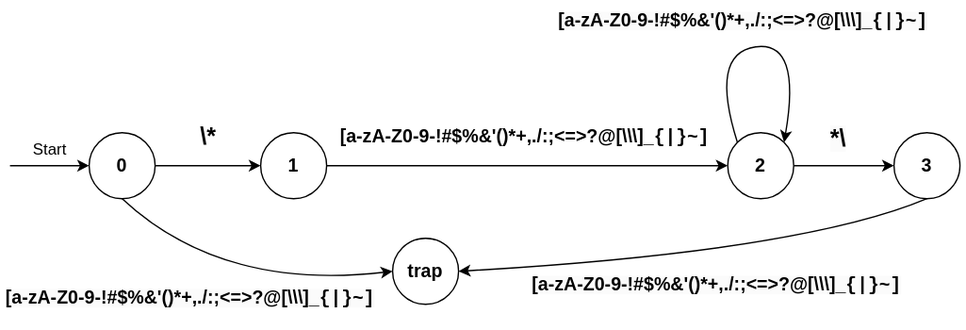
Above: docs/DFA/comment-dfa.svg in Dimitry-bit/tiny-compiler (draw.io), before the change. Source tidied: cells renumbered, new cells last; positions are measured from the earlier drawing's top-left corner, leaving out a move shared by most shapes.
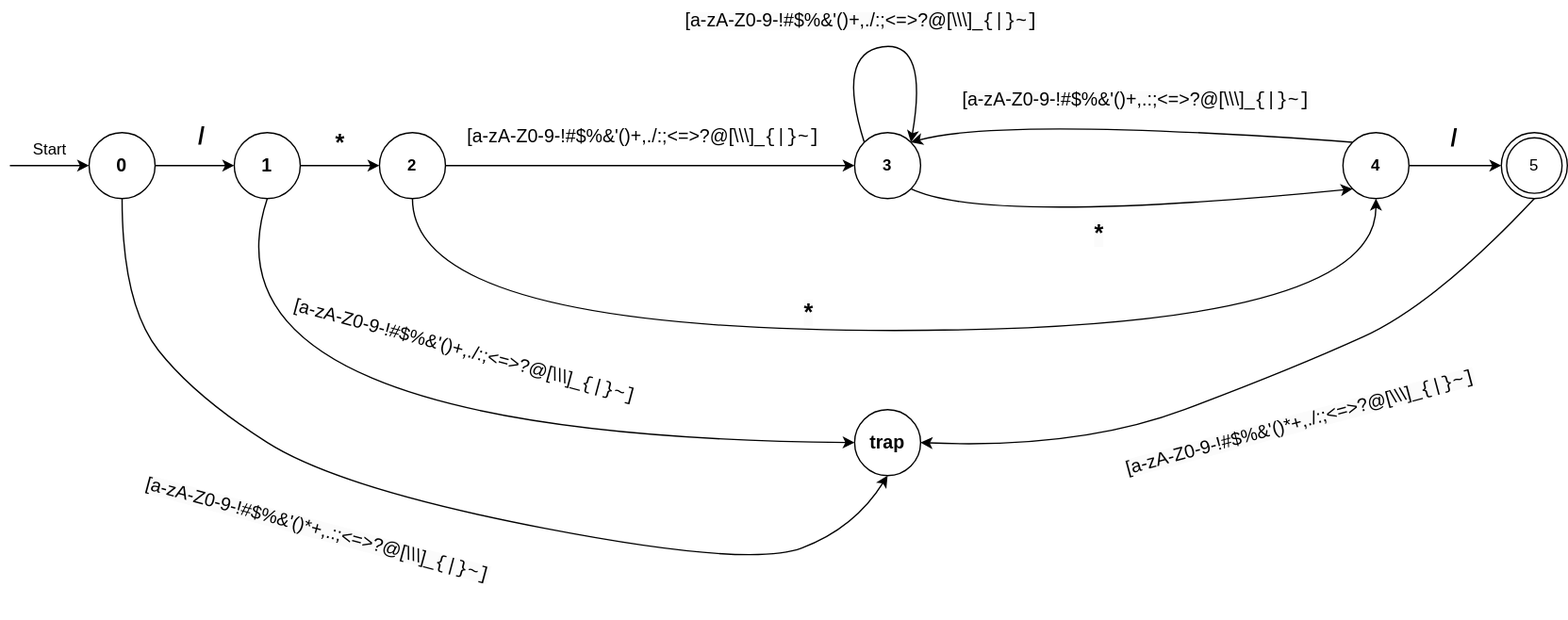
After the change.

Commit message:
this is fine

Diff of the diagram source:
```diff
@@ -2,9 +2,9 @@
   <root>
     <mxCell id="0" />
     <mxCell id="1" parent="0" />
-    <mxCell id="2" style="edgeStyle=orthogonalEdgeStyle;rounded=0;jettySize=auto;html=1;exitX=1;exitY=0.5;exitDx=0;exitDy=0;entryX=0;entryY=0.5;entryDx=0;entryDy=0;" parent="1" edge="1" source="3" target="6">
-      <mxGeometry relative="1" as="geometry" />
-    </mxCell>
+    <mxCell id="21" style="edgeStyle=orthogonalEdgeStyle;rounded=0;jettySize=auto;html=1;exitX=1;exitY=0.5;exitDx=0;exitDy=0;entryX=0;entryY=0.5;entryDx=0;entryDy=0;" parent="1" edge="1" source="3" target="27">
+      <mxGeometry relative="1" as="geometry" />
+    </mxCell>
     <mxCell id="3" value="&lt;b&gt;&lt;font style=&quot;font-size: 14px;&quot;&gt;0&lt;/font&gt;&lt;/b&gt;" style="ellipse;whiteSpace=wrap;html=1;" parent="1" vertex="1">
       <mxGeometry x="65" y="100" width="50" height="50" as="geometry" />
     </mxCell>
@@ -16,63 +16,122 @@
     <mxCell id="5" style="edgeStyle=orthogonalEdgeStyle;rounded=0;jettySize=auto;html=1;exitX=1;exitY=0.5;exitDx=0;exitDy=0;entryX=0;entryY=0.5;entryDx=0;entryDy=0;" parent="1" edge="1" source="6" target="10">
       <mxGeometry relative="1" as="geometry" />
     </mxCell>
+    <mxCell id="22" style="edgeStyle=orthogonalEdgeStyle;rounded=0;jettySize=auto;html=1;exitX=0.5;exitY=1;exitDx=0;exitDy=0;entryX=0.5;entryY=1;entryDx=0;entryDy=0;curved=1;" parent="1" edge="1" source="6" target="15">
+      <mxGeometry relative="1" as="geometry">
+        <Array as="points">
+          <mxPoint x="310" y="250" />
+          <mxPoint x="1040" y="250" />
+        </Array>
+      </mxGeometry>
+    </mxCell>
-    <mxCell id="6" value="&lt;b&gt;&lt;font style=&quot;font-size: 14px;&quot;&gt;1&lt;/font&gt;&lt;/b&gt;" style="ellipse;whiteSpace=wrap;html=1;" parent="1" vertex="1">
-      <mxGeometry x="195" y="100" width="50" height="50" as="geometry" />
+    <mxCell id="6" value="&lt;b&gt;2&lt;/b&gt;" style="ellipse;whiteSpace=wrap;html=1;" parent="1" vertex="1">
+      <mxGeometry x="285" y="100" width="50" height="50" as="geometry" />
     </mxCell>
-    <mxCell id="7" value="&lt;font style=&quot;font-size: 18px;&quot;&gt;&lt;b&gt;\*&lt;/b&gt;&lt;/font&gt;" style="text;html=1;align=center;verticalAlign=middle;strokeColor=none;fillColor=none;" parent="1" vertex="1">
-      <mxGeometry x="135" y="83" width="40" height="40" as="geometry" />
+    <mxCell id="7" value="&lt;b style=&quot;font-size: 18px;&quot;&gt;/&lt;/b&gt;" style="text;html=1;align=center;verticalAlign=middle;strokeColor=none;fillColor=none;" parent="1" vertex="1">
+      <mxGeometry x="135" y="83" width="30" height="40" as="geometry" />
     </mxCell>
     <mxCell id="8" value="Start" style="text;html=1;align=center;verticalAlign=middle;strokeColor=none;fillColor=none;" parent="1" vertex="1">
       <mxGeometry x="10" y="98" width="50" height="30" as="geometry" />
     </mxCell>
-    <mxCell id="9" style="edgeStyle=orthogonalEdgeStyle;rounded=0;jettySize=auto;html=1;exitX=1;exitY=0.5;exitDx=0;exitDy=0;" parent="1" edge="1" source="10" target="15">
-      <mxGeometry relative="1" as="geometry" />
-    </mxCell>
-    <mxCell id="10" value="&lt;b&gt;&lt;font style=&quot;font-size: 14px;&quot;&gt;2&lt;/font&gt;&lt;/b&gt;" style="ellipse;whiteSpace=wrap;html=1;" parent="1" vertex="1">
-      <mxGeometry x="549" y="100" width="50" height="50" as="geometry" />
+    <mxCell id="10" value="&lt;b&gt;3&lt;/b&gt;" style="ellipse;whiteSpace=wrap;html=1;" parent="1" vertex="1">
+      <mxGeometry x="645" y="100" width="50" height="50" as="geometry" />
     </mxCell>
-    <mxCell id="11" value="&lt;b&gt;&lt;font style=&quot;font-size: 14px;&quot;&gt;[a-zA-Z0-9-!#$%&amp;amp;'()*+,./:;&amp;lt;=&amp;gt;?@[\\\]_&lt;code&gt;{|}~]&lt;/code&gt;&lt;/font&gt;&lt;/b&gt;" style="text;html=1;align=center;verticalAlign=middle;strokeColor=none;fillColor=none;" parent="1" vertex="1">
-      <mxGeometry x="245" y="88" width="300" height="30" as="geometry" />
+    <mxCell id="11" value="&lt;font style=&quot;font-size: 14px;&quot;&gt;[a-zA-Z0-9-!#$%&amp;amp;'()+,./:;&amp;lt;=&amp;gt;?@[\\\]_&lt;code&gt;{|}~]&lt;/code&gt;&lt;/font&gt;" style="text;html=1;align=center;verticalAlign=middle;strokeColor=none;fillColor=none;" parent="1" vertex="1">
+      <mxGeometry x="340" y="88" width="290" height="30" as="geometry" />
     </mxCell>
     <mxCell id="12" value="&lt;b&gt;&lt;font style=&quot;font-size: 14px;&quot;&gt;trap&lt;/font&gt;&lt;/b&gt;" style="ellipse;whiteSpace=wrap;html=1;" parent="1" vertex="1">
-      <mxGeometry x="295" y="180" width="50" height="50" as="geometry" />
+      <mxGeometry x="645" y="310" width="50" height="50" as="geometry" />
     </mxCell>
-    <mxCell id="13" style="curved=1;endArrow=classic;html=1;rounded=0;entryX=0;entryY=0.5;entryDx=0;entryDy=0;exitX=0.5;exitY=1;exitDx=0;exitDy=0;" parent="1" edge="1" source="3" target="12">
+    <mxCell id="13" style="curved=1;endArrow=classic;html=1;rounded=0;entryX=0;entryY=0.5;entryDx=0;entryDy=0;exitX=0.5;exitY=1;exitDx=0;exitDy=0;" parent="1" edge="1" source="27" target="12">
       <mxGeometry relative="1" as="geometry">
         <Array as="points">
-          <mxPoint x="165" y="220" />
+          <mxPoint x="140" y="330" />
         </Array>
       </mxGeometry>
     </mxCell>
-    <mxCell id="14" value="&lt;b style=&quot;forced-color-adjust: none; color: rgb(0, 0, 0); font-family: Helvetica; font-size: 12px; font-style: normal; font-variant-ligatures: normal; font-variant-caps: normal; letter-spacing: normal; orphans: 2; text-align: center; text-indent: 0px; text-transform: none; widows: 2; word-spacing: 0px; -webkit-text-stroke-width: 0px; white-space: nowrap; background-color: rgb(251, 251, 251); text-decoration-thickness: initial; text-decoration-style: initial; text-decoration-color: initial;&quot;&gt;&lt;font style=&quot;forced-color-adjust: none; font-size: 14px;&quot;&gt;[a-zA-Z0-9-!#$%&amp;amp;'()*+,./:;&amp;lt;=&amp;gt;?@[\\\]_&lt;code style=&quot;forced-color-adjust: none;&quot;&gt;{|}~]&lt;/code&gt;&lt;/font&gt;&lt;/b&gt;" style="text;whiteSpace=wrap;html=1;" parent="1" vertex="1">
-      <mxGeometry y="210" width="310" height="40" as="geometry" />
+    <mxCell id="14" value="&lt;span style=&quot;forced-color-adjust: none; color: rgb(0, 0, 0); font-family: Helvetica; font-size: 12px; font-style: normal; font-variant-ligatures: normal; font-variant-caps: normal; letter-spacing: normal; orphans: 2; text-align: center; text-indent: 0px; text-transform: none; widows: 2; word-spacing: 0px; -webkit-text-stroke-width: 0px; white-space: nowrap; background-color: rgb(251, 251, 251); text-decoration-thickness: initial; text-decoration-style: initial; text-decoration-color: initial;&quot;&gt;&lt;font style=&quot;forced-color-adjust: none; font-size: 14px;&quot;&gt;[a-zA-Z0-9-!#$%&amp;amp;'()*+,.:;&amp;lt;=&amp;gt;?@[\\\]_&lt;code style=&quot;forced-color-adjust: none;&quot;&gt;{|}~]&lt;/code&gt;&lt;/font&gt;&lt;/span&gt;" style="text;whiteSpace=wrap;html=1;rotation=15;" parent="1" vertex="1">
+      <mxGeometry x="100" y="390" width="310" height="40" as="geometry" />
     </mxCell>
+    <mxCell id="23" style="edgeStyle=orthogonalEdgeStyle;rounded=0;jettySize=auto;html=1;exitX=1;exitY=0.5;exitDx=0;exitDy=0;" parent="1" edge="1" source="15" target="24">
+      <mxGeometry relative="1" as="geometry" />
+    </mxCell>
-    <mxCell id="15" value="&lt;b&gt;&lt;font style=&quot;font-size: 14px;&quot;&gt;3&lt;/font&gt;&lt;/b&gt;" style="ellipse;whiteSpace=wrap;html=1;" parent="1" vertex="1">
-      <mxGeometry x="675" y="100" width="50" height="50" as="geometry" />
+    <mxCell id="15" value="&lt;b&gt;4&lt;/b&gt;" style="ellipse;whiteSpace=wrap;html=1;" parent="1" vertex="1">
+      <mxGeometry x="1015" y="100" width="50" height="50" as="geometry" />
     </mxCell>
-    <mxCell id="16" value="&lt;b style=&quot;forced-color-adjust: none; color: rgb(0, 0, 0); font-family: Helvetica; font-size: 18px; font-style: normal; font-variant-ligatures: normal; font-variant-caps: normal; letter-spacing: normal; orphans: 2; text-align: center; text-indent: 0px; text-transform: none; widows: 2; word-spacing: 0px; -webkit-text-stroke-width: 0px; white-space: nowrap; background-color: rgb(251, 251, 251); text-decoration-thickness: initial; text-decoration-style: initial; text-decoration-color: initial;&quot;&gt;*\&lt;/b&gt;" style="text;whiteSpace=wrap;html=1;" parent="1" vertex="1">
-      <mxGeometry x="625" y="88" width="50" height="50" as="geometry" />
-    </mxCell>
     <mxCell id="17" style="curved=1;endArrow=classic;html=1;rounded=0;entryX=1;entryY=0;entryDx=0;entryDy=0;exitX=0;exitY=0;exitDx=0;exitDy=0;" parent="1" edge="1" source="10" target="10">
       <mxGeometry relative="1" as="geometry">
         <Array as="points">
-          <mxPoint x="535" y="40" />
-          <mxPoint x="605" y="30" />
+          <mxPoint x="631" y="40" />
+          <mxPoint x="701" y="30" />
         </Array>
       </mxGeometry>
     </mxCell>
-    <mxCell id="18" value="&lt;b style=&quot;forced-color-adjust: none; color: rgb(0, 0, 0); font-family: Helvetica; font-size: 12px; font-style: normal; font-variant-ligatures: normal; font-variant-caps: normal; letter-spacing: normal; orphans: 2; text-align: center; text-indent: 0px; text-transform: none; widows: 2; word-spacing: 0px; -webkit-text-stroke-width: 0px; white-space: nowrap; background-color: rgb(251, 251, 251); text-decoration-thickness: initial; text-decoration-style: initial; text-decoration-color: initial;&quot;&gt;&lt;font style=&quot;forced-color-adjust: none; font-size: 14px;&quot;&gt;[a-zA-Z0-9-!#$%&amp;amp;'()*+,./:;&amp;lt;=&amp;gt;?@[\\\]_&lt;code style=&quot;forced-color-adjust: none;&quot;&gt;{|}~]&lt;/code&gt;&lt;/font&gt;&lt;/b&gt;" style="text;whiteSpace=wrap;html=1;" parent="1" vertex="1">
-      <mxGeometry x="419" width="310" height="40" as="geometry" />
+    <mxCell id="18" value="&lt;span style=&quot;forced-color-adjust: none; color: rgb(0, 0, 0); font-family: Helvetica; font-size: 12px; font-style: normal; font-variant-ligatures: normal; font-variant-caps: normal; letter-spacing: normal; orphans: 2; text-align: center; text-indent: 0px; text-transform: none; widows: 2; word-spacing: 0px; -webkit-text-stroke-width: 0px; white-space: nowrap; background-color: rgb(251, 251, 251); text-decoration-thickness: initial; text-decoration-style: initial; text-decoration-color: initial;&quot;&gt;&lt;font style=&quot;forced-color-adjust: none; font-size: 14px;&quot;&gt;[a-zA-Z0-9-!#$%&amp;amp;'()+,./:;&amp;lt;=&amp;gt;?@[\\\]_&lt;code style=&quot;forced-color-adjust: none;&quot;&gt;{|}~]&lt;/code&gt;&lt;/font&gt;&lt;/span&gt;" style="text;whiteSpace=wrap;html=1;" parent="1" vertex="1">
+      <mxGeometry x="515" width="310" height="40" as="geometry" />
     </mxCell>
-    <mxCell id="19" style="curved=1;endArrow=classic;html=1;rounded=0;entryX=1;entryY=0.5;entryDx=0;entryDy=0;exitX=0.5;exitY=1;exitDx=0;exitDy=0;" parent="1" edge="1" source="15" target="12">
-      <mxGeometry relative="1" as="geometry">
-        <Array as="points">
-          <mxPoint x="605" y="190" />
-        </Array>
-      </mxGeometry>
-    </mxCell>
-    <mxCell id="20" value="&lt;b style=&quot;forced-color-adjust: none; color: rgb(0, 0, 0); font-family: Helvetica; font-size: 12px; font-style: normal; font-variant-ligatures: normal; font-variant-caps: normal; letter-spacing: normal; orphans: 2; text-indent: 0px; text-transform: none; widows: 2; word-spacing: 0px; -webkit-text-stroke-width: 0px; white-space: nowrap; text-decoration-thickness: initial; text-decoration-style: initial; text-decoration-color: initial; text-align: center; background-color: rgb(251, 251, 251);&quot;&gt;&lt;font style=&quot;forced-color-adjust: none; font-size: 14px;&quot;&gt;[a-zA-Z0-9-!#$%&amp;amp;'()*+,./:;&amp;lt;=&amp;gt;?@[\\\]_&lt;code style=&quot;forced-color-adjust: none;&quot;&gt;{|}~]&lt;/code&gt;&lt;/font&gt;&lt;/b&gt;" style="text;whiteSpace=wrap;html=1;" parent="1" vertex="1">
-      <mxGeometry x="399" y="200" width="310" height="40" as="geometry" />
+    <mxCell id="20" value="&lt;span style=&quot;forced-color-adjust: none; color: rgb(0, 0, 0); font-family: Helvetica; font-size: 12px; font-style: normal; font-variant-ligatures: normal; font-variant-caps: normal; letter-spacing: normal; orphans: 2; text-indent: 0px; text-transform: none; widows: 2; word-spacing: 0px; -webkit-text-stroke-width: 0px; white-space: nowrap; text-decoration-thickness: initial; text-decoration-style: initial; text-decoration-color: initial; text-align: center; background-color: rgb(251, 251, 251);&quot;&gt;&lt;font style=&quot;forced-color-adjust: none; font-size: 14px;&quot;&gt;[a-zA-Z0-9-!#$%&amp;amp;'()*+,./:;&amp;lt;=&amp;gt;?@[\\\]_&lt;code style=&quot;forced-color-adjust: none;&quot;&gt;{|}~]&lt;/code&gt;&lt;/font&gt;&lt;/span&gt;" style="text;whiteSpace=wrap;html=1;rotation=-15;" parent="1" vertex="1">
+      <mxGeometry x="845" y="300" width="310" height="40" as="geometry" />
     </mxCell>
+    <mxCell id="24" value="5" style="ellipse;shape=doubleEllipse;whiteSpace=wrap;html=1;" parent="1" vertex="1">
+      <mxGeometry x="1135" y="100" width="50" height="50" as="geometry" />
+    </mxCell>
+    <mxCell id="25" value="&lt;font size=&quot;1&quot;&gt;&lt;b style=&quot;font-size: 18px;&quot;&gt;/&lt;/b&gt;&lt;/font&gt;" style="text;whiteSpace=wrap;html=1;" parent="1" vertex="1">
+      <mxGeometry x="1095" y="88" width="50" height="50" as="geometry" />
+    </mxCell>
+    <mxCell id="26" style="edgeStyle=orthogonalEdgeStyle;rounded=0;jettySize=auto;html=1;exitX=1;exitY=0.5;exitDx=0;exitDy=0;" parent="1" edge="1" source="27" target="6">
+      <mxGeometry relative="1" as="geometry" />
+    </mxCell>
+    <mxCell id="27" value="&lt;b&gt;&lt;font style=&quot;font-size: 14px;&quot;&gt;1&lt;/font&gt;&lt;/b&gt;" style="ellipse;whiteSpace=wrap;html=1;" parent="1" vertex="1">
+      <mxGeometry x="175" y="100" width="50" height="50" as="geometry" />
+    </mxCell>
+    <mxCell id="28" value="&lt;font style=&quot;font-size: 18px;&quot;&gt;&lt;b&gt;*&lt;/b&gt;&lt;/font&gt;" style="text;html=1;align=center;verticalAlign=middle;strokeColor=none;fillColor=none;" parent="1" vertex="1">
+      <mxGeometry x="240" y="88" width="30" height="40" as="geometry" />
+    </mxCell>
+    <mxCell id="29" value="&lt;b style=&quot;forced-color-adjust: none; color: rgb(0, 0, 0); font-family: Helvetica; font-size: 18px; font-style: normal; font-variant-ligatures: normal; font-variant-caps: normal; letter-spacing: normal; orphans: 2; text-align: center; text-indent: 0px; text-transform: none; widows: 2; word-spacing: 0px; -webkit-text-stroke-width: 0px; white-space: nowrap; background-color: rgb(251, 251, 251); text-decoration-thickness: initial; text-decoration-style: initial; text-decoration-color: initial;&quot;&gt;*&lt;/b&gt;" style="text;whiteSpace=wrap;html=1;" parent="1" vertex="1">
+      <mxGeometry x="605" y="220" width="50" height="50" as="geometry" />
+    </mxCell>
+    <mxCell id="9" style="curved=1;endArrow=classic;html=1;rounded=0;entryX=0;entryY=1;entryDx=0;entryDy=0;exitX=1;exitY=1;exitDx=0;exitDy=0;" parent="1" edge="1" source="10" target="15">
+      <mxGeometry relative="1" as="geometry">
+        <Array as="points">
+          <mxPoint x="745" y="170" />
+        </Array>
+      </mxGeometry>
+    </mxCell>
+    <mxCell id="30" style="curved=1;endArrow=classic;html=1;rounded=0;entryX=1;entryY=0;entryDx=0;entryDy=0;exitX=0;exitY=0;exitDx=0;exitDy=0;" parent="1" edge="1" source="15" target="10">
+      <mxGeometry relative="1" as="geometry">
+        <Array as="points">
+          <mxPoint x="758" y="88" />
+        </Array>
+      </mxGeometry>
+    </mxCell>
+    <mxCell id="31" style="curved=1;endArrow=classic;html=1;rounded=0;entryX=1;entryY=0.5;entryDx=0;entryDy=0;exitX=0.5;exitY=1;exitDx=0;exitDy=0;" parent="1" edge="1" source="24" target="12">
+      <mxGeometry relative="1" as="geometry">
+        <Array as="points">
+          <mxPoint x="1085" y="230" />
+          <mxPoint x="975" y="280" />
+          <mxPoint x="815" y="340" />
+        </Array>
+      </mxGeometry>
+    </mxCell>
+    <mxCell id="32" style="curved=1;endArrow=classic;html=1;rounded=0;entryX=0.5;entryY=1;entryDx=0;entryDy=0;exitX=0.5;exitY=1;exitDx=0;exitDy=0;" parent="1" edge="1" source="3" target="12">
+      <mxGeometry relative="1" as="geometry">
+        <Array as="points">
+          <mxPoint x="90" y="230" />
+          <mxPoint x="145" y="300" />
+          <mxPoint x="255" y="370" />
+          <mxPoint x="565" y="430" />
+          <mxPoint x="645" y="400" />
+        </Array>
+      </mxGeometry>
+    </mxCell>
+    <mxCell id="33" value="&lt;b style=&quot;forced-color-adjust: none; color: rgb(0, 0, 0); font-family: Helvetica; font-size: 18px; font-style: normal; font-variant-ligatures: normal; font-variant-caps: normal; letter-spacing: normal; orphans: 2; text-align: center; text-indent: 0px; text-transform: none; widows: 2; word-spacing: 0px; -webkit-text-stroke-width: 0px; white-space: nowrap; background-color: rgb(251, 251, 251); text-decoration-thickness: initial; text-decoration-style: initial; text-decoration-color: initial;&quot;&gt;*&lt;/b&gt;" style="text;whiteSpace=wrap;html=1;" parent="1" vertex="1">
+      <mxGeometry x="825" y="160" width="50" height="50" as="geometry" />
+    </mxCell>
+    <mxCell id="34" value="&lt;span style=&quot;forced-color-adjust: none; color: rgb(0, 0, 0); font-family: Helvetica; font-size: 12px; font-style: normal; font-variant-ligatures: normal; font-variant-caps: normal; letter-spacing: normal; orphans: 2; text-align: center; text-indent: 0px; text-transform: none; widows: 2; word-spacing: 0px; -webkit-text-stroke-width: 0px; white-space: nowrap; background-color: rgb(251, 251, 251); text-decoration-thickness: initial; text-decoration-style: initial; text-decoration-color: initial;&quot;&gt;&lt;font style=&quot;forced-color-adjust: none; font-size: 14px;&quot;&gt;[a-zA-Z0-9-!#$%&amp;amp;'()+,.:;&amp;lt;=&amp;gt;?@[\\\]_&lt;code style=&quot;forced-color-adjust: none;&quot;&gt;{|}~]&lt;/code&gt;&lt;/font&gt;&lt;/span&gt;" style="text;whiteSpace=wrap;html=1;" parent="1" vertex="1">
+      <mxGeometry x="725" y="60" width="310" height="40" as="geometry" />
+    </mxCell>
+    <mxCell id="35" value="&lt;font style=&quot;font-size: 14px;&quot;&gt;[a-zA-Z0-9-!#$%&amp;amp;'()+,./:;&amp;lt;=&amp;gt;?@[\\\]_&lt;code&gt;{|}~]&lt;/code&gt;&lt;/font&gt;" style="text;html=1;align=center;verticalAlign=middle;strokeColor=none;fillColor=none;rotation=15;" parent="1" vertex="1">
+      <mxGeometry x="205" y="250" width="290" height="30" as="geometry" />
+    </mxCell>
   </root>
 </mxGraphModel>
```
